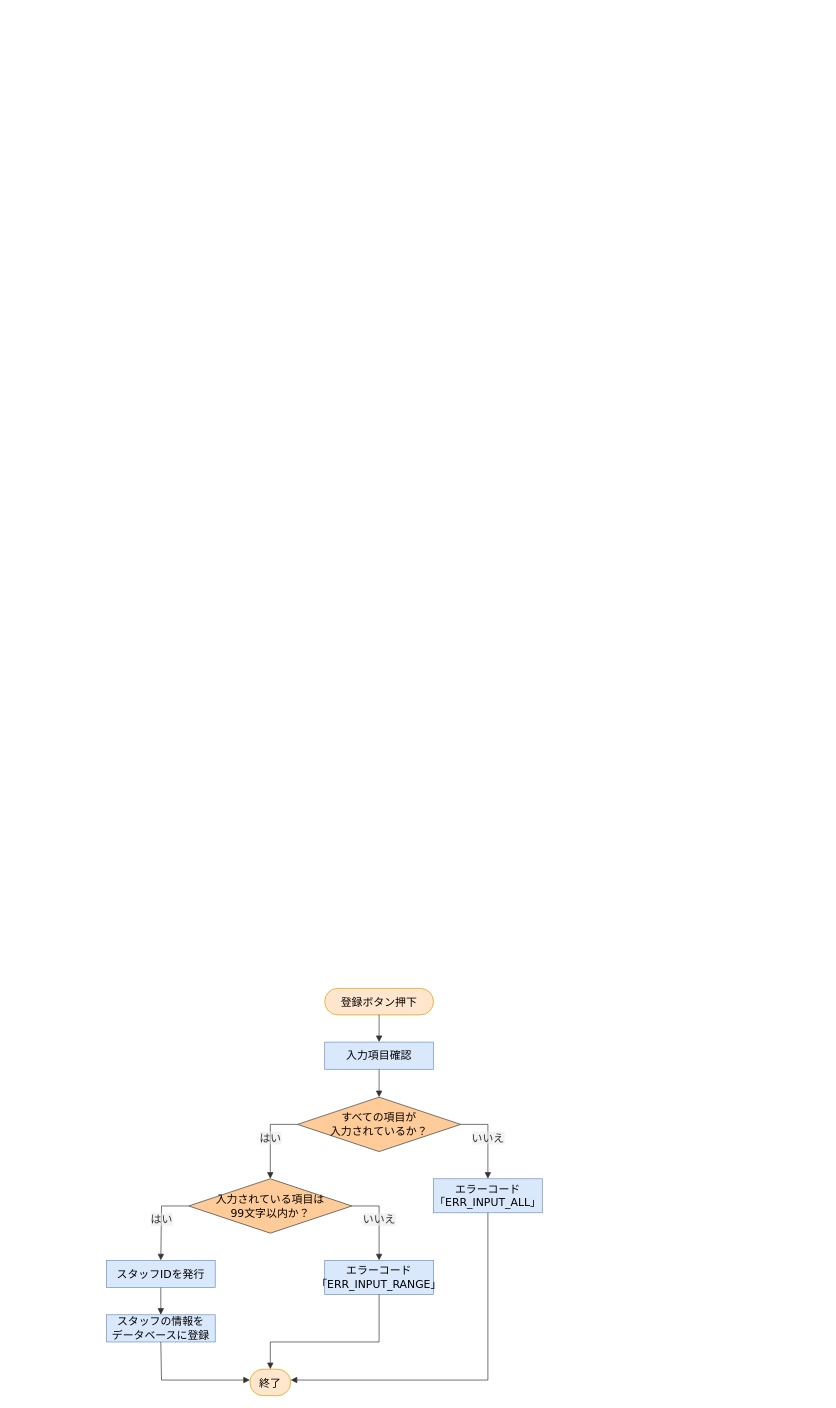
This is 詳細設計書/7班/flowchart/スタッフ登録.drawio from rs002421-creator/-, a draw.io file, before an edit. Source tidied: cells renumbered, new cells numbered last; positions are measured from the earlier drawing's top-left corner, leaving out a move shared by most shapes. Both pictures are drawn from the tidied source at 68%, with x=0, y=0 at pixel (106, 988).
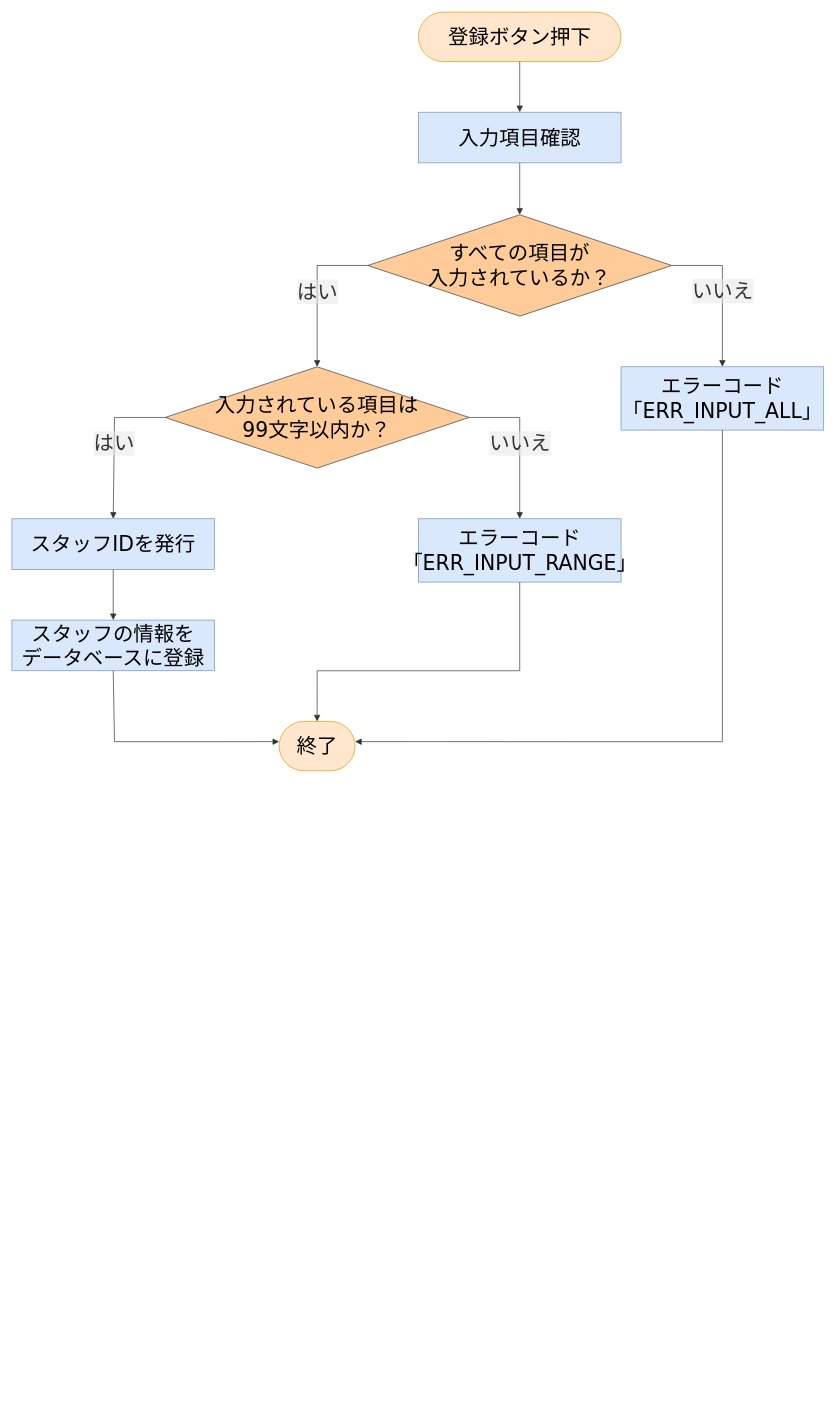
Above is the later version.

Change to the diagram source:
```diff
@@
+    <mxCell id="21" style="group;fontSize=30;" parent="1" vertex="1">
+      <mxGeometry x="-139" y="-1435.6" width="1193.8" height="1115.6" as="geometry" />
+    </mxCell>
-    <mxCell id="2" value="登録ボタン押下" style="html=1;rounded=1;whiteSpace=wrap;arcSize=50;strokeWidth=1;fontFamily=Trebuchet MS,Verdana,Arial,sans-serif;fontSize=16;fillColor=#ffe6cc;strokeColor=#d79b00;" parent="1" vertex="1">
-      <mxGeometry x="321" width="160" height="39" as="geometry" />
+    <mxCell id="2" value="登録ボタン押下" style="html=1;rounded=1;whiteSpace=wrap;arcSize=50;strokeWidth=1;fontFamily=Trebuchet MS,Verdana,Arial,sans-serif;fontSize=30;fillColor=#ffe6cc;strokeColor=#d79b00;" parent="21" vertex="1">
+      <mxGeometry x="597.8" width="298" height="72.6" as="geometry" />
     </mxCell>
-    <mxCell id="3" value="入力項目確認" style="html=1;whiteSpace=wrap;strokeWidth=1;fillColor=#dae8fc;strokeColor=#6c8ebf;fontFamily=Trebuchet MS,Verdana,Arial,sans-serif;fontSize=16;" parent="1" vertex="1">
-      <mxGeometry x="321" y="79" width="160" height="40" as="geometry" />
+    <mxCell id="3" value="入力項目確認" style="html=1;whiteSpace=wrap;strokeWidth=1;fillColor=#dae8fc;strokeColor=#6c8ebf;fontFamily=Trebuchet MS,Verdana,Arial,sans-serif;fontSize=30;" parent="21" vertex="1">
+      <mxGeometry x="597.8" y="147.1" width="298" height="74.5" as="geometry" />
     </mxCell>
-    <mxCell id="4" value="すべての項目が&lt;div&gt;入力されているか？&lt;/div&gt;" style="rhombus;html=1;strokeWidth=1;whiteSpace=wrap;fillColor=#ffcc99;strokeColor=#36393d;fontFamily=Trebuchet MS,Verdana,Arial,sans-serif;fontSize=16;" parent="1" vertex="1">
-      <mxGeometry x="281" y="160" width="240" height="80" as="geometry" />
+    <mxCell id="4" value="すべての項目が&lt;div&gt;入力されているか？&lt;/div&gt;" style="rhombus;html=1;strokeWidth=1;whiteSpace=wrap;fillColor=#ffcc99;strokeColor=#36393d;fontFamily=Trebuchet MS,Verdana,Arial,sans-serif;fontSize=30;" parent="21" vertex="1">
+      <mxGeometry x="523.3" y="298" width="447" height="149" as="geometry" />
     </mxCell>
-    <mxCell id="5" value="入力されている項目は&lt;div&gt;99文字以内か？&lt;/div&gt;" style="rhombus;html=1;strokeWidth=1;whiteSpace=wrap;fillColor=#ffcc99;strokeColor=#36393d;fontFamily=Trebuchet MS,Verdana,Arial,sans-serif;fontSize=16;" parent="1" vertex="1">
-      <mxGeometry x="121" y="280" width="240" height="80" as="geometry" />
+    <mxCell id="5" value="入力されている項目は&lt;div&gt;99文字以内か？&lt;/div&gt;" style="rhombus;html=1;strokeWidth=1;whiteSpace=wrap;fillColor=#ffcc99;strokeColor=#36393d;fontFamily=Trebuchet MS,Verdana,Arial,sans-serif;fontSize=30;" parent="21" vertex="1">
+      <mxGeometry x="225.4" y="521.5" width="447" height="149" as="geometry" />
     </mxCell>
-    <mxCell id="6" value="エラーコード「ERR_INPUT_ALL」" style="html=1;whiteSpace=wrap;strokeWidth=1;fillColor=#dae8fc;strokeColor=#6c8ebf;fontFamily=Trebuchet MS,Verdana,Arial,sans-serif;fontSize=16;" parent="1" vertex="1">
-      <mxGeometry x="481" y="280" width="160" height="50" as="geometry" />
+    <mxCell id="6" value="エラーコード「ERR_INPUT_ALL」" style="html=1;whiteSpace=wrap;strokeWidth=1;fillColor=#dae8fc;strokeColor=#6c8ebf;fontFamily=Trebuchet MS,Verdana,Arial,sans-serif;fontSize=30;" parent="21" vertex="1">
+      <mxGeometry x="895.8" y="521.5" width="298" height="93.1" as="geometry" />
     </mxCell>
-    <mxCell id="7" value="スタッフIDを発行" style="html=1;whiteSpace=wrap;strokeWidth=1;fillColor=#dae8fc;strokeColor=#6c8ebf;fontFamily=Trebuchet MS,Verdana,Arial,sans-serif;fontSize=16;" parent="1" vertex="1">
-      <mxGeometry y="400" width="160" height="40" as="geometry" />
+    <mxCell id="7" value="スタッフIDを発行" style="html=1;whiteSpace=wrap;strokeWidth=1;fillColor=#dae8fc;strokeColor=#6c8ebf;fontFamily=Trebuchet MS,Verdana,Arial,sans-serif;fontSize=30;" parent="21" vertex="1">
+      <mxGeometry y="745" width="298" height="74.5" as="geometry" />
     </mxCell>
-    <mxCell id="8" value="エラーコード「ERR_INPUT_RANGE」" style="html=1;whiteSpace=wrap;strokeWidth=1;fillColor=#dae8fc;strokeColor=#6c8ebf;fontFamily=Trebuchet MS,Verdana,Arial,sans-serif;fontSize=16;" parent="1" vertex="1">
-      <mxGeometry x="321" y="400" width="160" height="50" as="geometry" />
+    <mxCell id="8" value="エラーコード「ERR_INPUT_RANGE」" style="html=1;whiteSpace=wrap;strokeWidth=1;fillColor=#dae8fc;strokeColor=#6c8ebf;fontFamily=Trebuchet MS,Verdana,Arial,sans-serif;fontSize=30;" parent="21" vertex="1">
+      <mxGeometry x="597.8" y="745" width="298" height="93.1" as="geometry" />
     </mxCell>
-    <mxCell id="9" value="スタッフの情報を&lt;div&gt;データベースに登録&lt;/div&gt;" style="html=1;whiteSpace=wrap;strokeWidth=1;fillColor=#dae8fc;strokeColor=#6c8ebf;fontFamily=Trebuchet MS,Verdana,Arial,sans-serif;fontSize=16;" parent="1" vertex="1">
-      <mxGeometry y="480" width="160" height="40" as="geometry" />
+    <mxCell id="9" value="スタッフの情報を&lt;div&gt;データベースに登録&lt;/div&gt;" style="html=1;whiteSpace=wrap;strokeWidth=1;fillColor=#dae8fc;strokeColor=#6c8ebf;fontFamily=Trebuchet MS,Verdana,Arial,sans-serif;fontSize=30;" parent="21" vertex="1">
+      <mxGeometry y="894" width="298" height="74.5" as="geometry" />
     </mxCell>
-    <mxCell id="10" value="終了" style="html=1;rounded=1;whiteSpace=wrap;arcSize=50;strokeWidth=1;fontFamily=Trebuchet MS,Verdana,Arial,sans-serif;fontSize=16;fillColor=#ffe6cc;strokeColor=#d79b00;" parent="1" vertex="1">
-      <mxGeometry x="211" y="560" width="60" height="39" as="geometry" />
+    <mxCell id="10" value="終了" style="html=1;rounded=1;whiteSpace=wrap;arcSize=50;strokeWidth=1;fontFamily=Trebuchet MS,Verdana,Arial,sans-serif;fontSize=30;fillColor=#ffe6cc;strokeColor=#d79b00;" parent="21" vertex="1">
+      <mxGeometry x="393" y="1043" width="111.7" height="72.6" as="geometry" />
     </mxCell>
-    <mxCell id="11" style="curved=1;startArrow=none;endArrow=block;endSize=7;strokeColor=light-dark(#333333,#cccccc);exitX=0.5;exitY=1;entryX=0.5;entryY=0;rounded=0;" parent="1" edge="1" source="2" target="3">
+    <mxCell id="11" style="curved=1;startArrow=none;endArrow=block;endSize=7;strokeColor=light-dark(#333333,#cccccc);exitX=0.5;exitY=1;entryX=0.5;entryY=0;rounded=0;fontSize=30;" parent="21" edge="1" source="2" target="3">
       <mxGeometry relative="1" as="geometry" />
     </mxCell>
-    <mxCell id="12" style="curved=1;startArrow=none;endArrow=block;endSize=7;strokeColor=light-dark(#333333,#cccccc);exitX=0.5;exitY=1;entryX=0.5;entryY=0;rounded=0;" parent="1" edge="1" source="3" target="4">
+    <mxCell id="12" style="curved=1;startArrow=none;endArrow=block;endSize=7;strokeColor=light-dark(#333333,#cccccc);exitX=0.5;exitY=1;entryX=0.5;entryY=0;rounded=0;fontSize=30;" parent="21" edge="1" source="3" target="4">
       <mxGeometry relative="1" as="geometry" />
     </mxCell>
-    <mxCell id="13" value="はい" style="curved=0;startArrow=none;endArrow=block;endSize=7;strokeColor=light-dark(#333333,#cccccc);html=1;fontSize=16;labelBackgroundColor=light-dark(#E8E8E88D,#2a2a2a8D);fontFamily=Trebuchet MS,Verdana,Arial,sans-serif;fontColor=light-dark(#333333,#cccccc);exitX=0;exitY=0.5;entryX=0.5;entryY=0;rounded=0;exitDx=0;exitDy=0;" parent="1" edge="1" source="4" target="5">
+    <mxCell id="13" value="はい" style="curved=0;startArrow=none;endArrow=block;endSize=7;strokeColor=light-dark(#333333,#cccccc);html=1;fontSize=30;labelBackgroundColor=light-dark(#E8E8E88D,#2a2a2a8D);fontFamily=Trebuchet MS,Verdana,Arial,sans-serif;fontColor=light-dark(#333333,#cccccc);exitX=0;exitY=0.5;entryX=0.5;entryY=0;rounded=0;exitDx=0;exitDy=0;" parent="21" edge="1" source="4" target="5">
       <mxGeometry relative="1" as="geometry">
         <Array as="points">
-          <mxPoint x="241" y="200" />
+          <mxPoint x="448.9" y="372.5" />
         </Array>
       </mxGeometry>
     </mxCell>
-    <mxCell id="14" value="いいえ" style="curved=0;startArrow=none;endArrow=block;endSize=7;strokeColor=light-dark(#333333,#cccccc);html=1;fontSize=16;labelBackgroundColor=light-dark(#E8E8E88D,#2a2a2a8D);fontFamily=Trebuchet MS,Verdana,Arial,sans-serif;fontColor=light-dark(#333333,#cccccc);exitX=1;exitY=0.5;entryX=0.5;entryY=0;rounded=0;exitDx=0;exitDy=0;" parent="1" edge="1" source="4" target="6">
+    <mxCell id="14" value="いいえ" style="curved=0;startArrow=none;endArrow=block;endSize=7;strokeColor=light-dark(#333333,#cccccc);html=1;fontSize=30;labelBackgroundColor=light-dark(#E8E8E88D,#2a2a2a8D);fontFamily=Trebuchet MS,Verdana,Arial,sans-serif;fontColor=light-dark(#333333,#cccccc);exitX=1;exitY=0.5;entryX=0.5;entryY=0;rounded=0;exitDx=0;exitDy=0;" parent="21" edge="1" source="4" target="6">
       <mxGeometry relative="1" as="geometry">
         <Array as="points">
-          <mxPoint x="561" y="200" />
+          <mxPoint x="1044.8" y="372.5" />
         </Array>
       </mxGeometry>
     </mxCell>
-    <mxCell id="15" value="はい" style="curved=0;startArrow=none;endArrow=block;endSize=7;strokeColor=light-dark(#333333,#cccccc);html=1;fontSize=16;labelBackgroundColor=light-dark(#E8E8E88D,#2a2a2a8D);fontFamily=Trebuchet MS,Verdana,Arial,sans-serif;fontColor=light-dark(#333333,#cccccc);exitX=0;exitY=0.5;entryX=0.5;entryY=0;rounded=0;exitDx=0;exitDy=0;" parent="1" edge="1" source="5" target="7">
+    <mxCell id="15" value="はい" style="curved=0;startArrow=none;endArrow=block;endSize=7;strokeColor=light-dark(#333333,#cccccc);html=1;fontSize=30;labelBackgroundColor=light-dark(#E8E8E88D,#2a2a2a8D);fontFamily=Trebuchet MS,Verdana,Arial,sans-serif;fontColor=light-dark(#333333,#cccccc);exitX=0;exitY=0.5;entryX=0.5;entryY=0;rounded=0;exitDx=0;exitDy=0;" parent="21" edge="1" source="5" target="7">
       <mxGeometry relative="1" as="geometry">
         <Array as="points">
-          <mxPoint x="81" y="320" />
+          <mxPoint x="150.9" y="596" />
         </Array>
       </mxGeometry>
     </mxCell>
-    <mxCell id="16" value="いいえ" style="curved=0;startArrow=none;endArrow=block;endSize=7;strokeColor=light-dark(#333333,#cccccc);html=1;fontSize=16;labelBackgroundColor=light-dark(#E8E8E88D,#2a2a2a8D);fontFamily=Trebuchet MS,Verdana,Arial,sans-serif;fontColor=light-dark(#333333,#cccccc);exitX=1;exitY=0.5;entryX=0.5;entryY=0;rounded=0;exitDx=0;exitDy=0;" parent="1" edge="1" source="5" target="8">
+    <mxCell id="16" value="いいえ" style="curved=0;startArrow=none;endArrow=block;endSize=7;strokeColor=light-dark(#333333,#cccccc);html=1;fontSize=30;labelBackgroundColor=light-dark(#E8E8E88D,#2a2a2a8D);fontFamily=Trebuchet MS,Verdana,Arial,sans-serif;fontColor=light-dark(#333333,#cccccc);exitX=1;exitY=0.5;entryX=0.5;entryY=0;rounded=0;exitDx=0;exitDy=0;" parent="21" edge="1" source="5" target="8">
       <mxGeometry relative="1" as="geometry">
         <Array as="points">
-          <mxPoint x="401" y="320" />
+          <mxPoint x="746.8" y="596" />
         </Array>
       </mxGeometry>
     </mxCell>
-    <mxCell id="17" style="curved=0;startArrow=none;endArrow=block;endSize=7;strokeColor=light-dark(#333333,#cccccc);exitX=0.5;exitY=1;entryX=0.5;entryY=0;rounded=0;" parent="1" edge="1" source="7" target="9">
+    <mxCell id="17" style="curved=0;startArrow=none;endArrow=block;endSize=7;strokeColor=light-dark(#333333,#cccccc);exitX=0.5;exitY=1;entryX=0.5;entryY=0;rounded=0;fontSize=30;" parent="21" edge="1" source="7" target="9">
       <mxGeometry relative="1" as="geometry" />
     </mxCell>
-    <mxCell id="18" style="curved=0;startArrow=none;endArrow=block;endSize=7;strokeColor=light-dark(#333333,#cccccc);exitX=0.5;exitY=1;entryX=0;entryY=0.41;rounded=0;" parent="1" edge="1" source="9" target="10">
+    <mxCell id="18" style="curved=0;startArrow=none;endArrow=block;endSize=7;strokeColor=light-dark(#333333,#cccccc);exitX=0.5;exitY=1;entryX=0;entryY=0.41;rounded=0;fontSize=30;" parent="21" edge="1" source="9" target="10">
       <mxGeometry relative="1" as="geometry">
         <Array as="points">
-          <mxPoint x="81" y="576" />
+          <mxPoint x="150.9" y="1072.8" />
         </Array>
       </mxGeometry>
     </mxCell>
-    <mxCell id="19" style="curved=0;startArrow=none;endArrow=block;endSize=7;strokeColor=light-dark(#333333,#cccccc);exitX=0.5;exitY=1;entryX=1;entryY=0.41;rounded=0;" parent="1" edge="1" source="6" target="10">
+    <mxCell id="19" style="curved=0;startArrow=none;endArrow=block;endSize=7;strokeColor=light-dark(#333333,#cccccc);exitX=0.5;exitY=1;entryX=1;entryY=0.41;rounded=0;fontSize=30;" parent="21" edge="1" source="6" target="10">
       <mxGeometry relative="1" as="geometry">
         <Array as="points">
-          <mxPoint x="561" y="576" />
+          <mxPoint x="1044.8" y="1072.8" />
         </Array>
       </mxGeometry>
     </mxCell>
-    <mxCell id="20" style="curved=0;startArrow=none;endArrow=block;endSize=7;strokeColor=light-dark(#333333,#cccccc);exitX=0.5;exitY=1;entryX=0.5;entryY=0;rounded=0;" parent="1" edge="1" source="8" target="10">
+    <mxCell id="20" style="curved=0;startArrow=none;endArrow=block;endSize=7;strokeColor=light-dark(#333333,#cccccc);exitX=0.5;exitY=1;entryX=0.5;entryY=0;rounded=0;fontSize=30;" parent="21" edge="1" source="8" target="10">
       <mxGeometry relative="1" as="geometry">
         <Array as="points">
-          <mxPoint x="401" y="520" />
-          <mxPoint x="241" y="520" />
+          <mxPoint x="746.8" y="968.5" />
+          <mxPoint x="448.9" y="968.5" />
         </Array>
       </mxGeometry>
     </mxCell>
```
